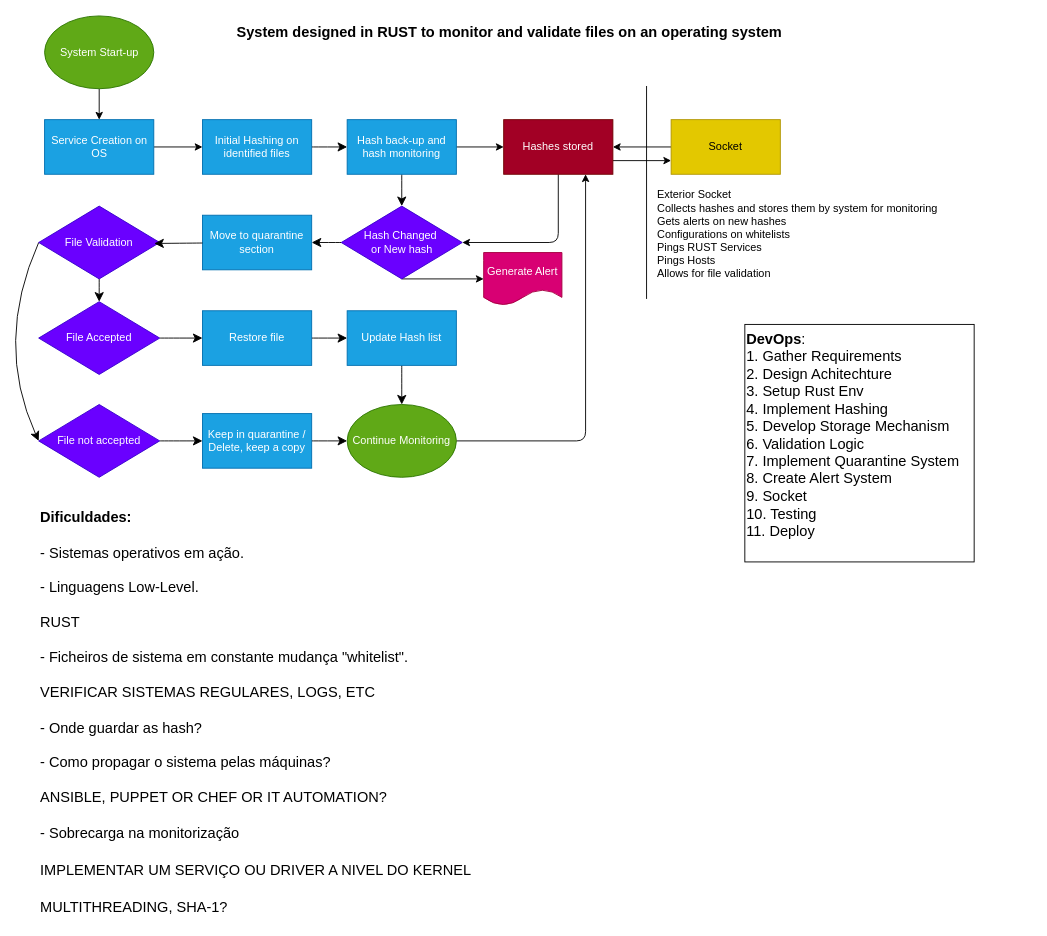
Above: planeamento/Untitled Diagram.drawio in mickeyhousee/LOCK (draw.io), before the change. Source tidied: cells renumbered, new cells numbered last; positions are measured from the earlier drawing's top-left corner, leaving out a move shared by most shapes. Both pictures are drawn from the tidied source at 91%, with x=0, y=0 at pixel (-6, 15).
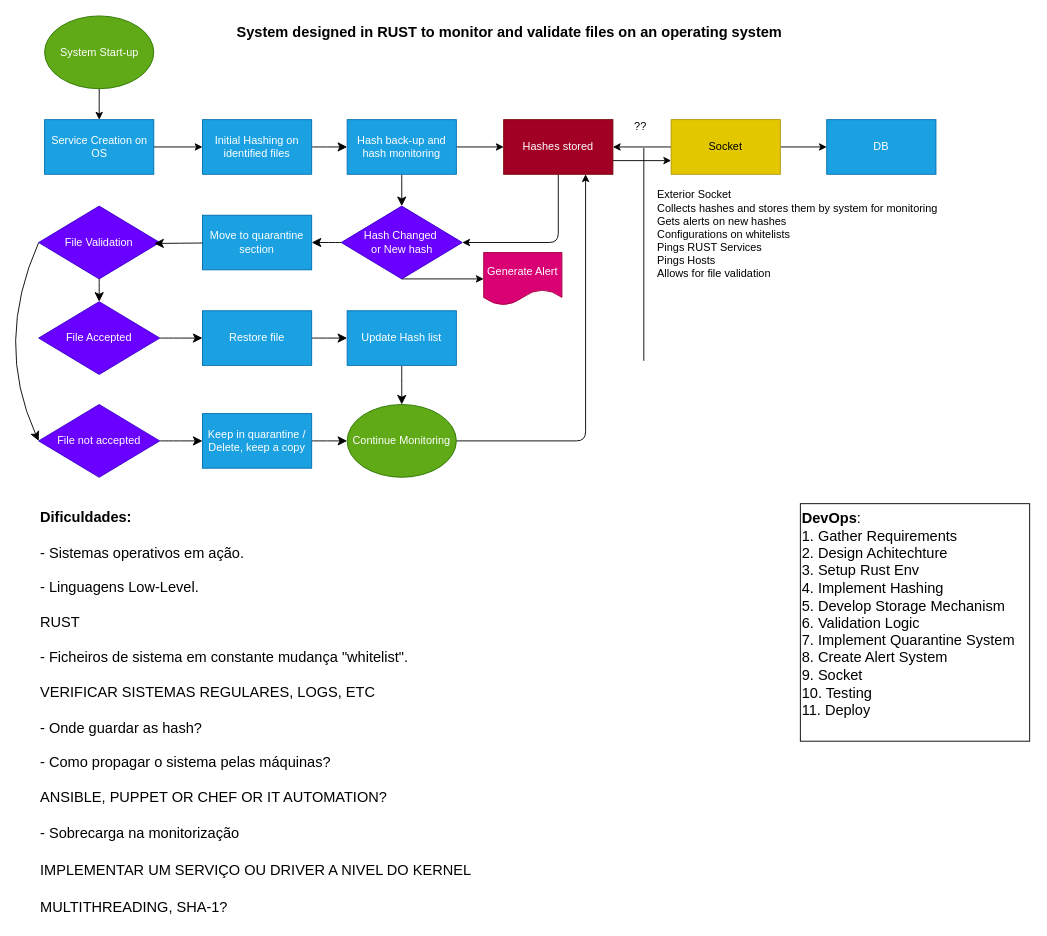
The same page after the edit.

The change refers to these unchanged cells:
```xml
<mxCell id="35" value="Socket" style="rounded=0;whiteSpace=wrap;html=1;fillColor=#e3c800;fontColor=#000000;strokeColor=#B09500;" parent="1" vertex="1">
  <mxGeometry x="744" y="114" width="120" height="60" as="geometry" />
</mxCell>
```

The edit, as a diff of the source:
```diff
@@
+    <mxCell id="43" style="edgeStyle=none;html=1;exitX=1;exitY=0.5;exitDx=0;exitDy=0;entryX=0;entryY=0.5;entryDx=0;entryDy=0;" parent="1" edge="1" source="35" target="44">
+      <mxGeometry relative="1" as="geometry" />
+    </mxCell>
@@
     <mxCell id="36" style="endArrow=none;html=1;" parent="1" edge="1">
       <mxGeometry relative="1" as="geometry">
-        <mxPoint x="717" y="311" as="sourcePoint" />
-        <mxPoint x="717" y="77" as="targetPoint" />
+        <mxPoint x="714" y="379" as="sourcePoint" />
+        <mxPoint x="714" y="145" as="targetPoint" />
       </mxGeometry>
     </mxCell>
@@
     <mxCell id="42" value="&lt;div style=&quot;&quot;&gt;&lt;b style=&quot;background-color: initial;&quot;&gt;DevOps&lt;/b&gt;&lt;span style=&quot;background-color: initial;&quot;&gt;:&lt;/span&gt;&lt;/div&gt;&lt;div style=&quot;&quot;&gt;1. Gather Requirements&lt;/div&gt;&lt;div style=&quot;&quot;&gt;2. Design Achitechture&lt;/div&gt;&lt;div style=&quot;&quot;&gt;3. Setup Rust Env&lt;/div&gt;&lt;div style=&quot;&quot;&gt;4. Implement Hashing&lt;/div&gt;&lt;div style=&quot;&quot;&gt;5. Develop Storage Mechanism&lt;/div&gt;&lt;div style=&quot;&quot;&gt;6. Validation Logic&lt;/div&gt;&lt;div style=&quot;&quot;&gt;7. Implement Quarantine System&lt;/div&gt;&lt;div style=&quot;&quot;&gt;8. Create Alert System&lt;/div&gt;&lt;div style=&quot;&quot;&gt;9. Socket&lt;/div&gt;&lt;div style=&quot;&quot;&gt;10. Testing&lt;/div&gt;&lt;div style=&quot;&quot;&gt;11. Deploy&lt;/div&gt;&lt;div style=&quot;&quot;&gt;&lt;br&gt;&lt;/div&gt;" style="text;html=1;align=left;verticalAlign=middle;strokeColor=default;fillColor=none;fontSize=16;" parent="1" vertex="1">
-      <mxGeometry x="825" y="339" width="252" height="261" as="geometry" />
+      <mxGeometry x="886" y="536" width="252" height="261" as="geometry" />
     </mxCell>
+    <mxCell id="44" value="DB" style="rounded=0;whiteSpace=wrap;html=1;fillColor=#1ba1e2;fontColor=#ffffff;strokeColor=#006EAF;" parent="1" vertex="1">
+      <mxGeometry x="915" y="114" width="120" height="60" as="geometry" />
+    </mxCell>
+    <mxCell id="45" value="??" style="text;html=1;align=center;verticalAlign=middle;strokeColor=none;fillColor=none;" parent="1" vertex="1">
+      <mxGeometry x="694" y="109" width="31" height="26" as="geometry" />
+    </mxCell>
```
